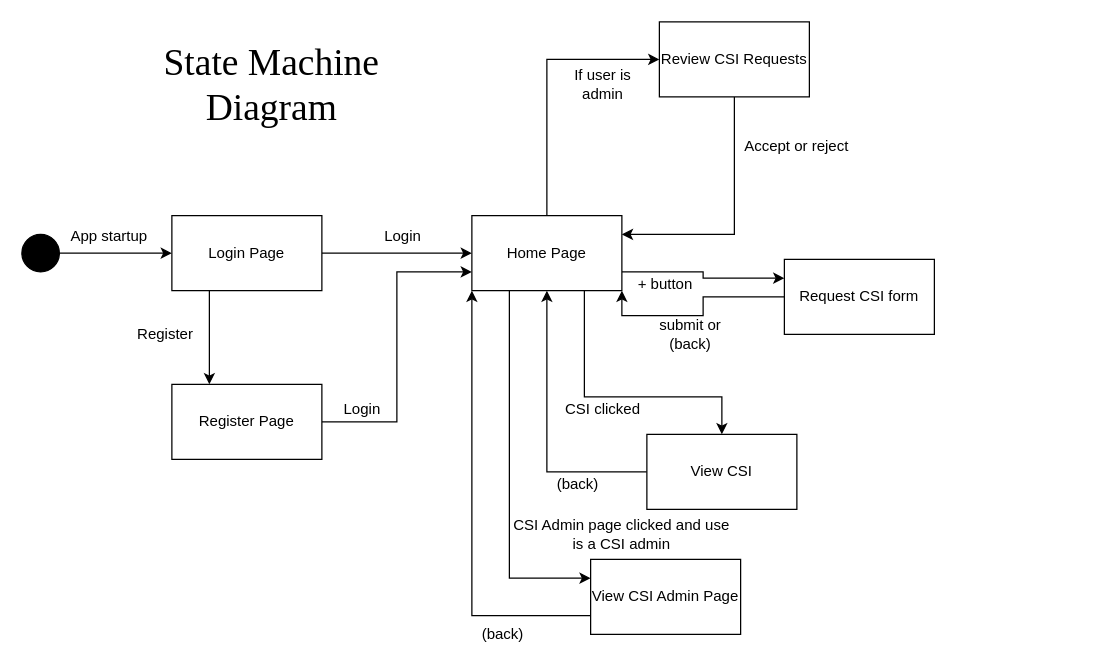
Makizoro/Overclock keeps this draw.io diagram as Diagrams/State_diagram.drawio. Above is the earlier version. Source tidied: cells renumbered, new cells numbered last; positions are measured from the earlier drawing's top-left corner, leaving out a move shared by most shapes. Both pictures are drawn from the tidied source at 125%, with x=0, y=0 at pixel (21, 21).
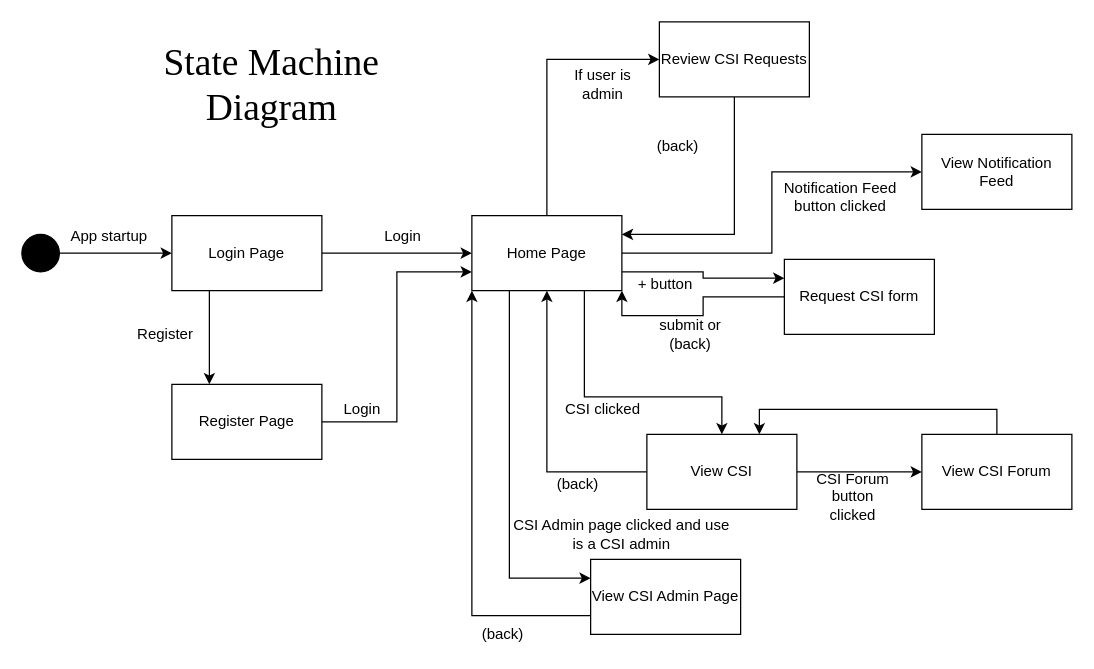
Above is the later version.

The change refers to these unchanged cells:
```xml
<mxCell id="12" value="Home Page" style="rounded=0;whiteSpace=wrap;html=1;fillColor=#FFFFFF;" parent="1" vertex="1">
  <mxGeometry x="360" y="155" width="120" height="60" as="geometry" />
</mxCell>
<mxCell id="23" value="View CSI" style="rounded=0;whiteSpace=wrap;html=1;fillColor=#FFFFFF;" parent="1" vertex="1">
  <mxGeometry x="500" y="330" width="120" height="60" as="geometry" />
</mxCell>
```

Change to the diagram source:
```diff
@@
+    <mxCell id="35" style="edgeStyle=orthogonalEdgeStyle;rounded=0;jettySize=auto;html=1;exitX=1;exitY=0.5;exitDx=0;exitDy=0;entryX=0;entryY=0.5;entryDx=0;entryDy=0;" parent="1" edge="1" source="12" target="40">
+      <mxGeometry relative="1" as="geometry" />
+    </mxCell>
@@
-    <mxCell id="17" value="Accept or reject" style="text;html=1;strokeColor=none;fillColor=none;align=center;verticalAlign=middle;whiteSpace=wrap;rounded=0;" parent="1" vertex="1">
-      <mxGeometry x="570" y="90" width="100" height="20" as="geometry" />
+    <mxCell id="17" value="(back)" style="text;html=1;strokeColor=none;fillColor=none;align=center;verticalAlign=middle;whiteSpace=wrap;rounded=0;" parent="1" vertex="1">
+      <mxGeometry x="475" y="90" width="100" height="20" as="geometry" />
     </mxCell>
@@
+    <mxCell id="36" style="edgeStyle=orthogonalEdgeStyle;rounded=0;jettySize=auto;html=1;exitX=1;exitY=0.5;exitDx=0;exitDy=0;entryX=0;entryY=0.5;entryDx=0;entryDy=0;" parent="1" edge="1" source="23" target="38">
+      <mxGeometry relative="1" as="geometry" />
+    </mxCell>
@@
+    <mxCell id="37" style="edgeStyle=orthogonalEdgeStyle;rounded=0;jettySize=auto;html=1;exitX=0.5;exitY=0;exitDx=0;exitDy=0;entryX=0.75;entryY=0;entryDx=0;entryDy=0;" parent="1" edge="1" source="38" target="23">
+      <mxGeometry relative="1" as="geometry" />
+    </mxCell>
+    <mxCell id="38" value="View CSI Forum" style="rounded=0;whiteSpace=wrap;html=1;" parent="1" vertex="1">
+      <mxGeometry x="720" y="330" width="120" height="60" as="geometry" />
+    </mxCell>
+    <mxCell id="39" value="CSI Forum button clicked" style="text;html=1;strokeColor=none;fillColor=none;align=center;verticalAlign=middle;whiteSpace=wrap;rounded=0;" parent="1" vertex="1">
+      <mxGeometry x="630" y="370" width="70" height="20" as="geometry" />
+    </mxCell>
+    <mxCell id="40" value="View Notification Feed" style="rounded=0;whiteSpace=wrap;html=1;" parent="1" vertex="1">
+      <mxGeometry x="720" y="90" width="120" height="60" as="geometry" />
+    </mxCell>
+    <mxCell id="41" value="Notification Feed button clicked" style="text;html=1;strokeColor=none;fillColor=none;align=center;verticalAlign=middle;whiteSpace=wrap;rounded=0;" parent="1" vertex="1">
+      <mxGeometry x="600" y="130" width="110" height="20" as="geometry" />
+    </mxCell>
```
